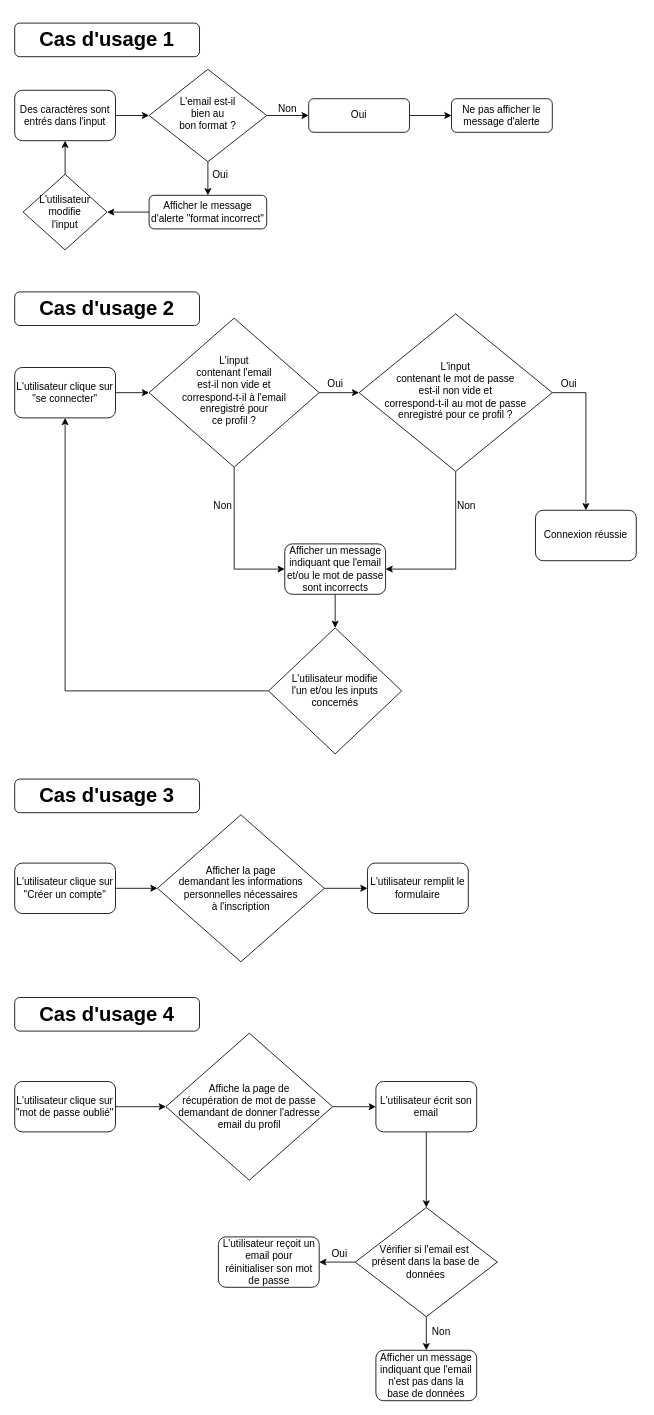
Adv13/DENIE_Tiffany_10_03032022 keeps this draw.io diagram as page "Page de connexion" (1 of 5) of Learn@Home_Diagrammes.drawio. Above is the earlier version. Source tidied: cells renumbered, new cells numbered last; positions are measured from the earlier drawing's top-left corner, leaving out a move shared by most shapes. Both pictures are drawn from the tidied source at 84%, with x=0, y=0 at pixel (14, 23).
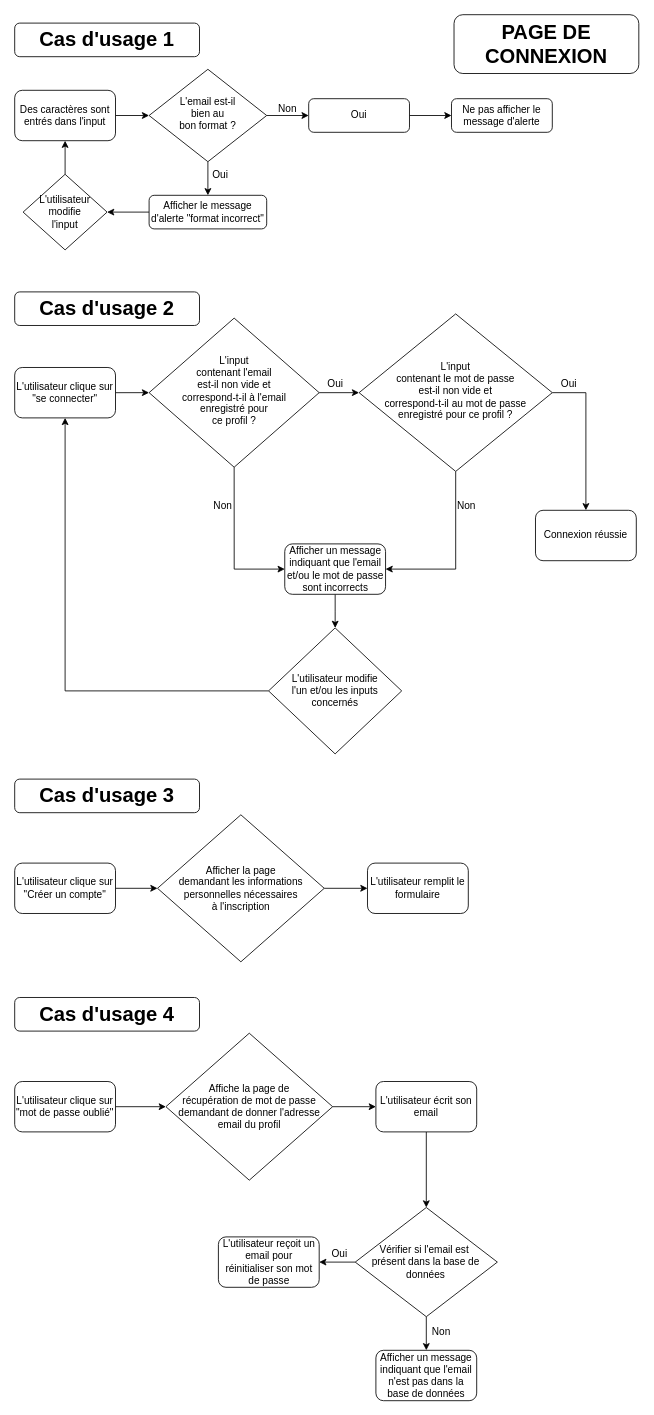
The same page after the edit.

Change to the diagram source:
```diff
@@
+    <mxCell id="55" value="&lt;b&gt;&lt;font style=&quot;font-size: 24px&quot;&gt;PAGE DE CONNEXION&lt;/font&gt;&lt;/b&gt;" style="rounded=1;whiteSpace=wrap;html=1;fontSize=12;glass=0;strokeWidth=1;shadow=0;" parent="1" vertex="1">
+      <mxGeometry x="523" y="-10" width="220" height="70" as="geometry" />
+    </mxCell>
```
